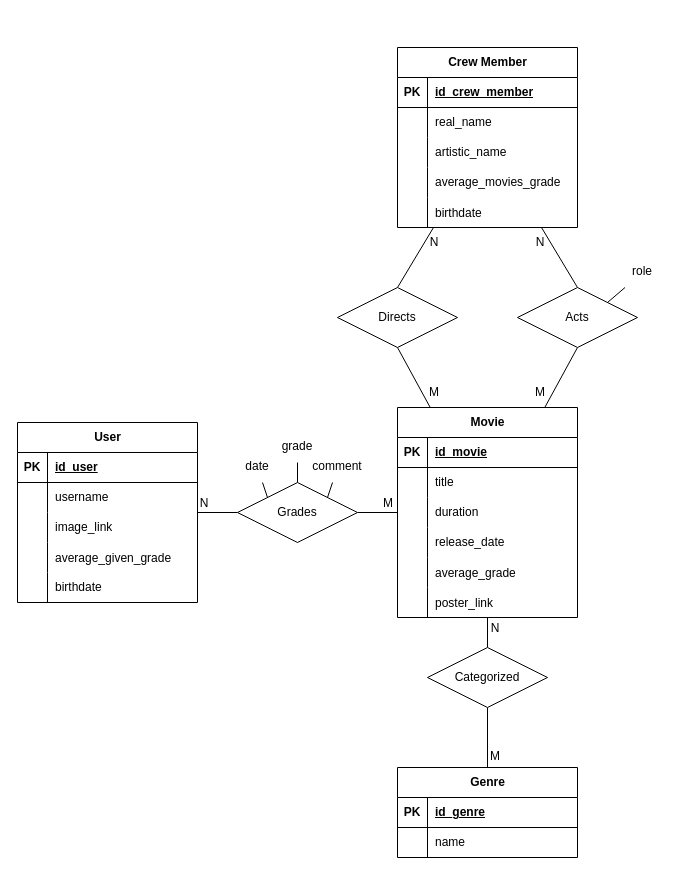
This is lab01/diagramas/diagramaER.drawio from yaesetti/mc536, a draw.io file, before an edit. Source tidied: cells renumbered, new cells numbered last; positions are measured from the earlier drawing's top-left corner, leaving out a move shared by most shapes. Both pictures are drawn from the tidied source at 100%, with x=0, y=0 at pixel (17, 47).
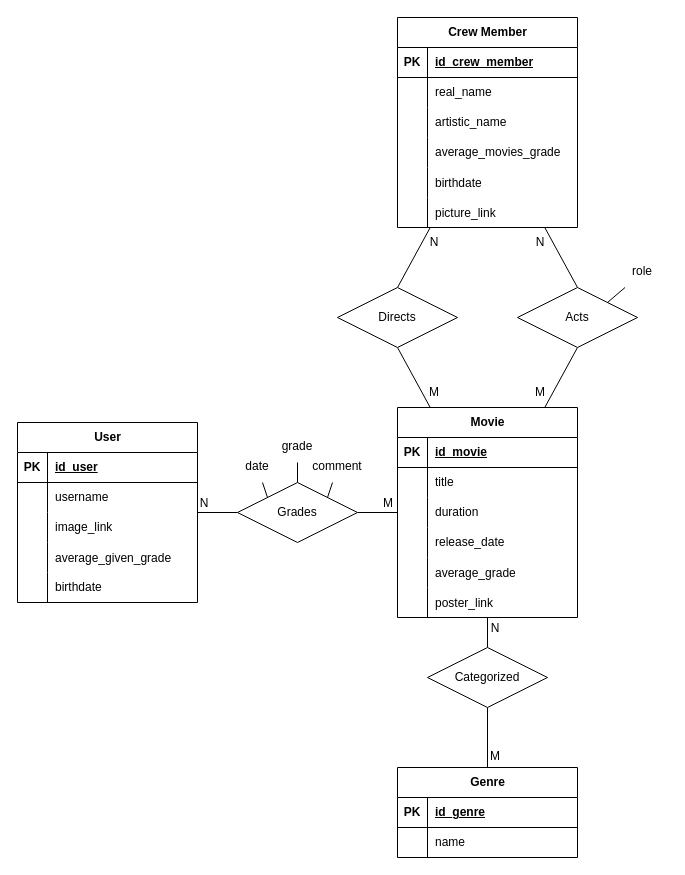
The same diagram, later.

Commit message:
adding picture to crew member

What changed in the source:
```diff
@@
     <mxCell id="44" value="Crew Member" style="shape=table;startSize=30;childLayout=tableLayout;rowLines=0;fontStyle=1;align=center;html=1;" parent="1" vertex="1">
-      <mxGeometry x="380" width="180" height="180" as="geometry" />
+      <mxGeometry x="380" y="-30" width="180" height="210" as="geometry" />
     </mxCell>
@@
+    <mxCell id="88" style="shape=tableRow;horizontal=0;startSize=0;swimlaneHead=0;swimlaneBody=0;fillColor=none;top=0;left=0;right=0;bottom=0;" parent="44" vertex="1">
+      <mxGeometry y="180" width="180" height="30" as="geometry" />
+    </mxCell>
+    <mxCell id="89" style="shape=partialRectangle;fillColor=none;top=0;left=0;bottom=0;right=0;overflow=hidden;" parent="88" vertex="1">
+      <mxGeometry width="30" height="30" as="geometry" />
+    </mxCell>
+    <mxCell id="90" value="picture_link" style="shape=partialRectangle;fillColor=none;top=0;left=0;bottom=0;right=0;align=left;spacingLeft=6;overflow=hidden;" parent="88" vertex="1">
+      <mxGeometry x="30" width="150" height="30" as="geometry" />
+    </mxCell>
```
